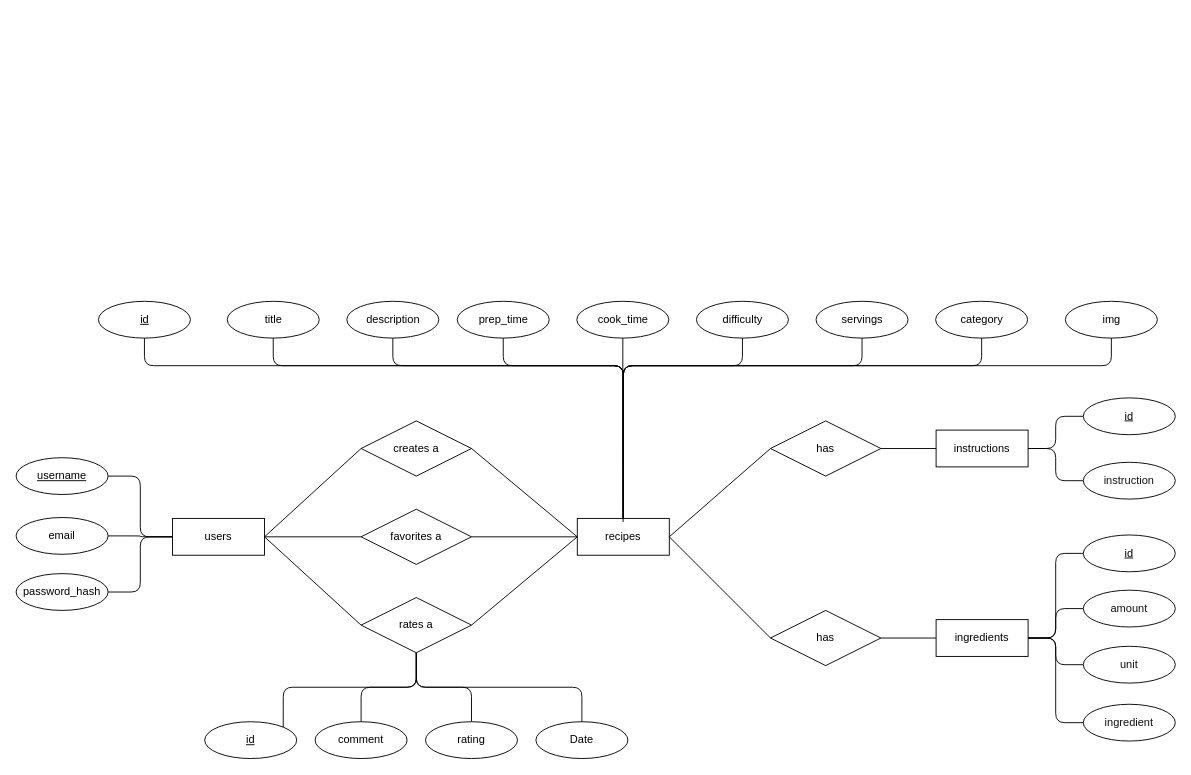
Above: docs/erm.drawio in nikmtl/recipe_cloud (draw.io), before the change. Source tidied: cells renumbered, new cells numbered last; positions are measured from the earlier drawing's top-left corner, leaving out a move shared by most shapes. Both pictures are drawn from the tidied source at 92%, with x=0, y=0 at pixel (16, 301).
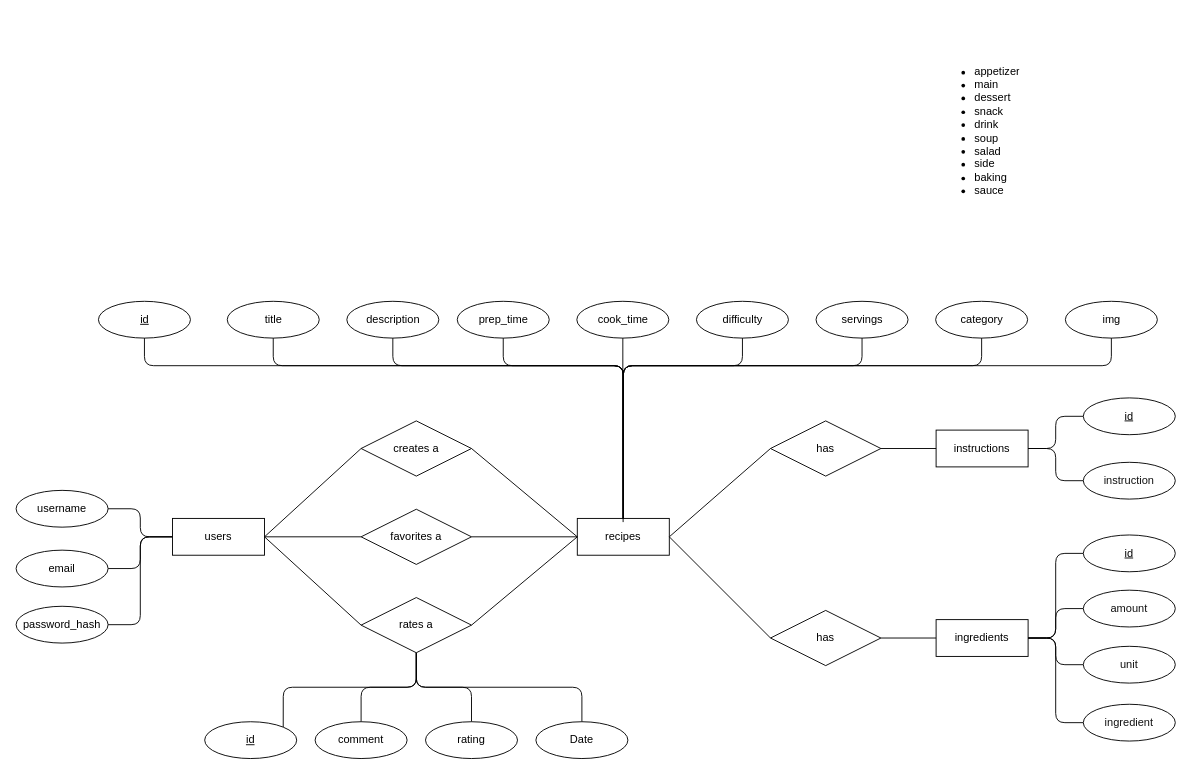
After the change.

Commit message (it also covers changes not shown here):
fix: enhance database schema with validation checks and remove unused tables; update ERM diagram for clarity

Change to the diagram source:
```diff
@@
-    <mxCell id="53" value="&lt;u&gt;username&lt;/u&gt;" style="ellipse;whiteSpace=wrap;html=1;align=center;" parent="1" vertex="1">
-      <mxGeometry y="170" width="100" height="40" as="geometry" />
+    <mxCell id="53" value="username" style="ellipse;whiteSpace=wrap;html=1;align=center;" parent="1" vertex="1">
+      <mxGeometry y="205.5" width="100" height="40" as="geometry" />
     </mxCell>
     <mxCell id="54" value="email" style="ellipse;whiteSpace=wrap;html=1;align=center;" parent="1" vertex="1">
-      <mxGeometry y="235" width="100" height="40" as="geometry" />
+      <mxGeometry y="270.5" width="100" height="40" as="geometry" />
     </mxCell>
@@
     <mxCell id="56" value="password_hash" style="ellipse;whiteSpace=wrap;html=1;align=center;" parent="1" vertex="1">
-      <mxGeometry y="296" width="100" height="40" as="geometry" />
+      <mxGeometry y="331.5" width="100" height="40" as="geometry" />
     </mxCell>
@@
+    <mxCell id="65" value="&lt;ul&gt;&lt;li&gt;appetizer&lt;/li&gt;&lt;li&gt;main&lt;/li&gt;&lt;li&gt;dessert&lt;/li&gt;&lt;li&gt;snack&lt;/li&gt;&lt;li&gt;drink&lt;/li&gt;&lt;li&gt;soup&lt;/li&gt;&lt;li&gt;salad&lt;/li&gt;&lt;li&gt;side&lt;/li&gt;&lt;li&gt;baking&lt;/li&gt;&lt;li&gt;sauce&lt;/li&gt;&lt;/ul&gt;" style="text;strokeColor=none;fillColor=none;html=1;whiteSpace=wrap;verticalAlign=middle;overflow=hidden;" parent="1" vertex="1">
+      <mxGeometry x="1000" y="-310" width="100" height="250" as="geometry" />
+    </mxCell>
```
